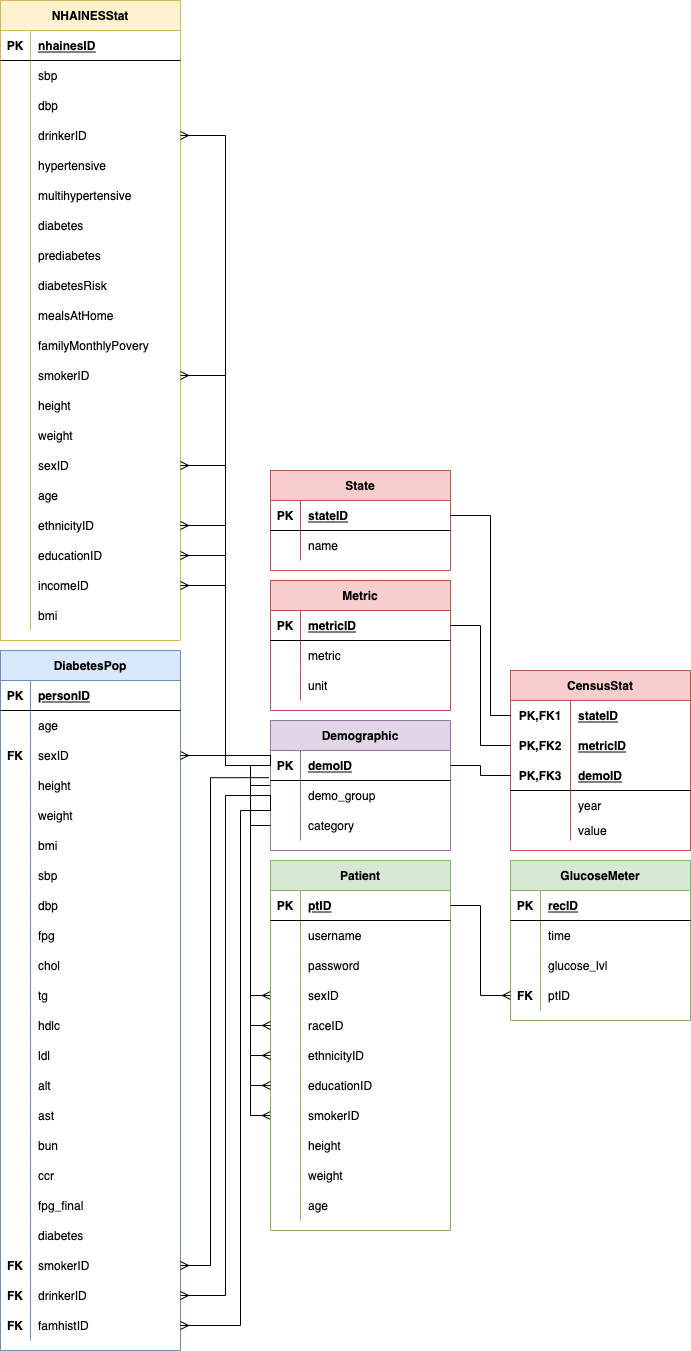
Before: datasets/erd.drawio.png, a diagram exported from draw.io (jackrlynn3/capstone-diabetes). Source tidied: cells renumbered, new cells last; positions are measured from the earlier drawing's top-left corner, leaving out a move shared by most shapes.
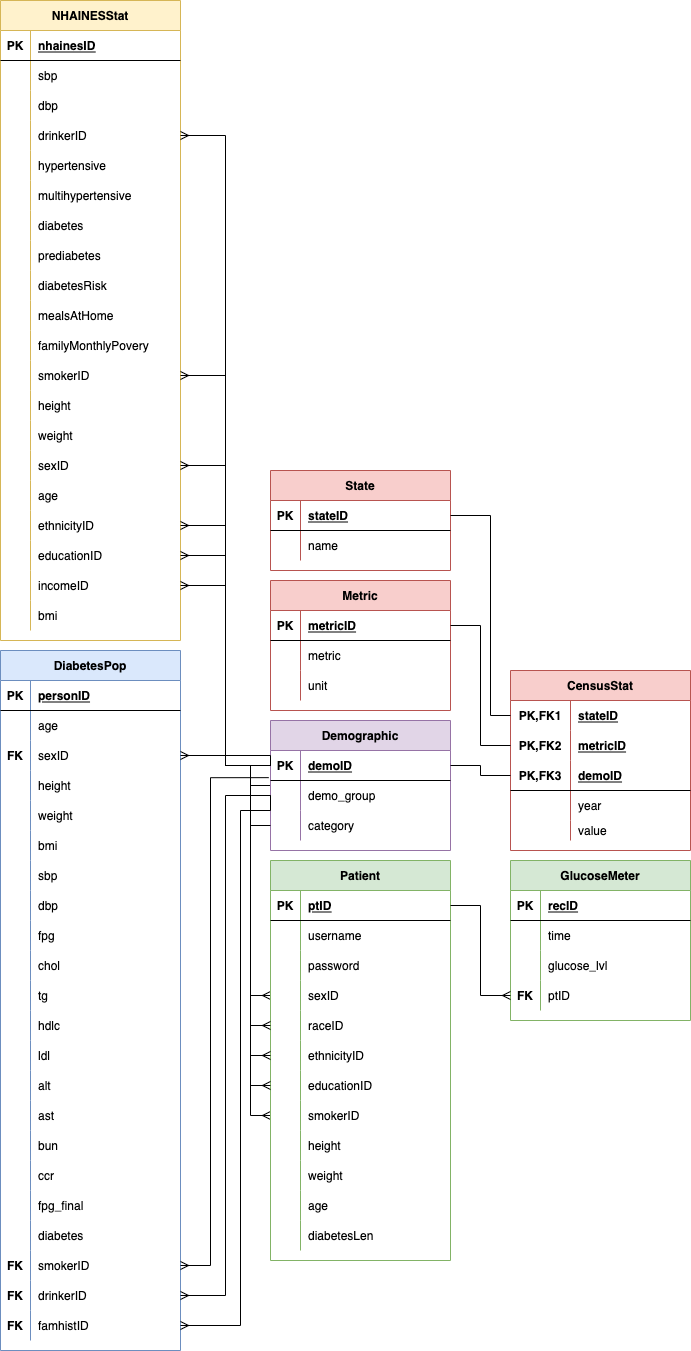
Later version of the same file.

Commit message:
Updated ERD and project flow

The edit, as a diff of the source:
```diff
@@ -257,7 +257,7 @@
       </mxGeometry>
     </mxCell>
     <mxCell id="82" value="Patient" style="shape=table;startSize=30;rowLines=0;fontStyle=1;align=center;fillColor=#d5e8d4;strokeColor=#82b366;" parent="1" vertex="1">
-      <mxGeometry x="270" y="860" width="180" height="370" as="geometry" />
+      <mxGeometry x="270" y="860" width="180" height="400" as="geometry" />
     </mxCell>
     <mxCell id="83" style="shape=partialRectangle;fillColor=none;top=0;left=0;bottom=1;right=0;points=[[0,0.5],[1,0.5]];portConstraint=eastwest;" parent="82" vertex="1">
       <mxGeometry y="30" width="180" height="30" as="geometry" />
@@ -358,6 +358,15 @@
     <mxCell id="115" value="age" style="shape=partialRectangle;fillColor=none;top=0;left=0;bottom=0;right=0;align=left;spacingLeft=6;overflow=hidden;" parent="113" vertex="1">
       <mxGeometry x="30" width="150" height="30" as="geometry" />
     </mxCell>
+    <mxCell id="239" style="shape=partialRectangle;fillColor=none;top=0;left=0;bottom=0;right=0;" parent="82" vertex="1">
+      <mxGeometry y="360" width="180" height="30" as="geometry" />
+    </mxCell>
+    <mxCell id="240" style="shape=partialRectangle;fillColor=none;top=0;left=0;bottom=0;right=0;overflow=hidden;" parent="239" vertex="1">
+      <mxGeometry width="30" height="30" as="geometry" />
+    </mxCell>
+    <mxCell id="241" value="diabetesLen" style="shape=partialRectangle;fillColor=none;top=0;left=0;bottom=0;right=0;align=left;spacingLeft=6;overflow=hidden;" parent="239" vertex="1">
+      <mxGeometry x="30" width="150" height="30" as="geometry" />
+    </mxCell>
     <mxCell id="116" value="GlucoseMeter" style="shape=table;startSize=30;rowLines=0;fontStyle=1;align=center;fillColor=#d5e8d4;strokeColor=#82b366;" parent="1" vertex="1">
       <mxGeometry x="510" y="860" width="180" height="160" as="geometry" />
     </mxCell>
```
